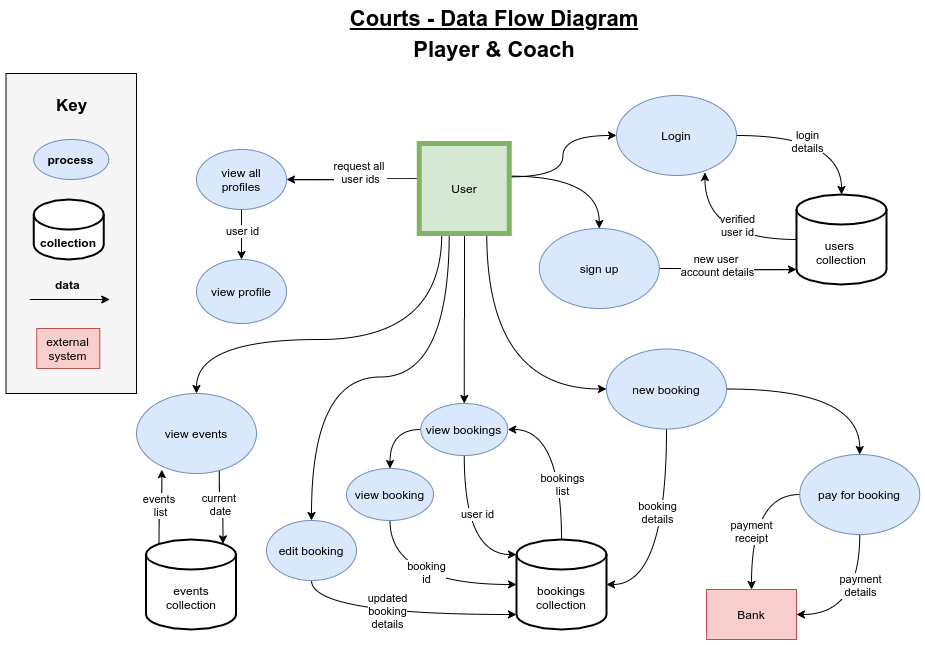
This is docs/diagrams/DataFlowDiagram_player_coach.png from TEAM-HL/T3A2-A, a draw.io export, as it was before one commit. Source tidied: cells renumbered, new cells last; positions are measured from the earlier drawing's top-left corner, leaving out a move shared by most shapes.
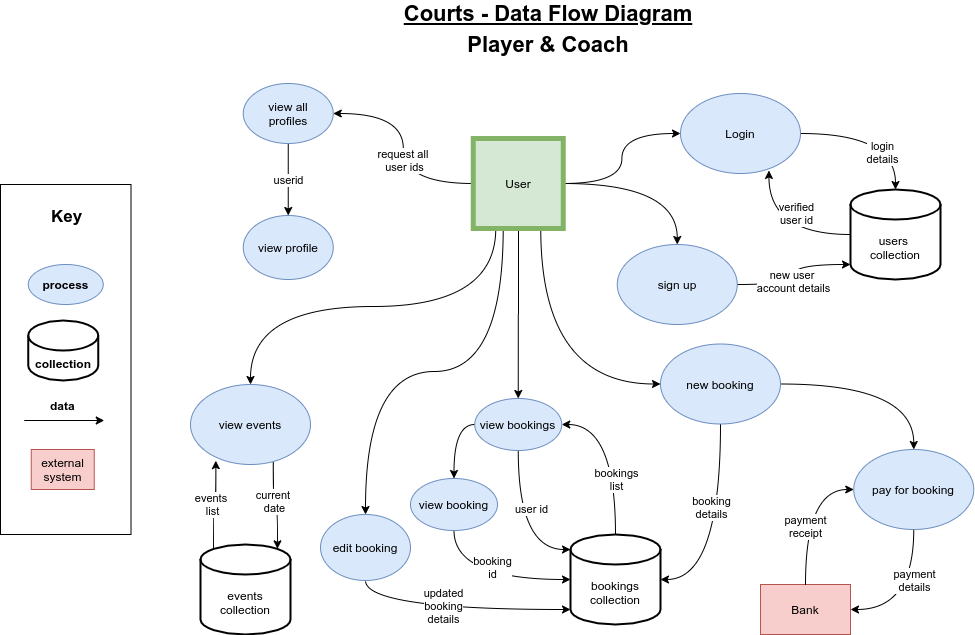
Above is the later version.

Commit message:
fixed error in player/coach DFD

Diff of the diagram source:
```diff
@@ -2,22 +2,14 @@
   <root>
     <mxCell id="0" />
     <mxCell id="1" parent="0" />
-    <mxCell id="2" style="rounded=0;whiteSpace=wrap;html=1;fillColor=#f5f5f5;" parent="1" vertex="1">
-      <mxGeometry x="-0.5" y="65" width="130.5" height="320" as="geometry" />
-    </mxCell>
-    <mxCell id="3" style="edgeStyle=orthogonalEdgeStyle;jettySize=auto;html=1;curved=1;exitX=0.99;exitY=0.371;exitDx=0;exitDy=0;exitPerimeter=0;" parent="1" edge="1" source="11" target="14">
+    <mxCell id="3" style="edgeStyle=orthogonalEdgeStyle;jettySize=auto;html=1;curved=1;" parent="1" edge="1" source="11" target="14">
       <mxGeometry relative="1" as="geometry" />
     </mxCell>
-    <mxCell id="4" style="edgeStyle=orthogonalEdgeStyle;curved=1;jettySize=auto;html=1;entryX=0.5;entryY=0;entryDx=0;entryDy=0;exitX=0.99;exitY=0.362;exitDx=0;exitDy=0;exitPerimeter=0;" parent="1" edge="1" source="11" target="27">
+    <mxCell id="4" style="edgeStyle=orthogonalEdgeStyle;curved=1;jettySize=auto;html=1;entryX=0.5;entryY=0;entryDx=0;entryDy=0;" parent="1" edge="1" source="11" target="27">
       <mxGeometry relative="1" as="geometry" />
     </mxCell>
     <mxCell id="5" style="edgeStyle=orthogonalEdgeStyle;curved=1;jettySize=auto;html=1;exitX=0.25;exitY=1;exitDx=0;exitDy=0;" parent="1" edge="1" source="11" target="32">
-      <mxGeometry relative="1" as="geometry">
-        <Array as="points">
-          <mxPoint x="435" y="331" />
-          <mxPoint x="190" y="331" />
-        </Array>
-      </mxGeometry>
+      <mxGeometry relative="1" as="geometry" />
     </mxCell>
     <mxCell id="6" style="edgeStyle=orthogonalEdgeStyle;curved=1;jettySize=auto;html=1;exitX=0.75;exitY=1;exitDx=0;exitDy=0;entryX=0;entryY=0.5;entryDx=0;entryDy=0;" parent="1" edge="1" source="11" target="54">
       <mxGeometry relative="1" as="geometry" />
@@ -30,13 +22,11 @@
         <mxPoint x="458" y="226" as="sourcePoint" />
       </mxGeometry>
     </mxCell>
-    <mxCell id="9" style="edgeStyle=orthogonalEdgeStyle;curved=1;jettySize=auto;html=1;entryX=1;entryY=0.5;entryDx=0;entryDy=0;startArrow=none;startFill=0;endArrow=classic;endFill=1;exitX=-0.005;exitY=0.391;exitDx=0;exitDy=0;exitPerimeter=0;" parent="1" edge="1" source="11" target="60">
+    <mxCell id="9" style="edgeStyle=orthogonalEdgeStyle;curved=1;jettySize=auto;html=1;entryX=1;entryY=0.5;entryDx=0;entryDy=0;startArrow=none;startFill=0;endArrow=classic;endFill=1;" parent="1" edge="1" source="11" target="60">
       <mxGeometry relative="1" as="geometry" />
     </mxCell>
     <mxCell id="10" value="request all &lt;br&gt;user ids" style="edgeLabel;html=1;align=center;verticalAlign=middle;" parent="9" vertex="1">
-      <mxGeometry x="-0.11" y="-1" relative="1" as="geometry">
-        <mxPoint y="-6" as="offset" />
-      </mxGeometry>
+      <mxGeometry x="-0.11" y="-1" relative="1" as="geometry" />
     </mxCell>
     <mxCell id="11" value="User" style="whiteSpace=wrap;html=1;fillColor=#d5e8d4;strokeColor=#82b366;strokeWidth=5;" parent="1" vertex="1">
       <mxGeometry x="412.8" y="135" width="90" height="90" as="geometry" />
@@ -45,12 +35,10 @@
       <mxGeometry relative="1" as="geometry" />
     </mxCell>
     <mxCell id="13" value="login&lt;br&gt;details" style="edgeLabel;html=1;align=center;verticalAlign=middle;" parent="12" vertex="1">
-      <mxGeometry x="0.5" y="-14" relative="1" as="geometry">
-        <mxPoint x="-21" y="-13" as="offset" />
-      </mxGeometry>
+      <mxGeometry x="0.5" y="-14" relative="1" as="geometry" />
     </mxCell>
     <mxCell id="14" value="Login" style="ellipse;whiteSpace=wrap;html=1;fillColor=#dae8fc;strokeColor=#6c8ebf;" parent="1" vertex="1">
-      <mxGeometry x="610" y="87" width="120" height="80" as="geometry" />
+      <mxGeometry x="620" y="90" width="120" height="80" as="geometry" />
     </mxCell>
     <mxCell id="15" value="Bank" style="rounded=0;whiteSpace=wrap;html=1;fillColor=#f8cecc;strokeColor=#b85450;" parent="1" vertex="1">
       <mxGeometry x="700" y="581" width="90" height="50" as="geometry" />
@@ -61,7 +49,7 @@
     <mxCell id="17" value="payment&lt;br&gt;details" style="edgeLabel;html=1;align=center;verticalAlign=middle;" parent="16" vertex="1">
       <mxGeometry x="-0.29" relative="1" as="geometry" />
     </mxCell>
-    <mxCell id="18" style="edgeStyle=orthogonalEdgeStyle;curved=1;jettySize=auto;html=1;exitX=0;exitY=0.5;exitDx=0;exitDy=0;entryX=0.5;entryY=0;entryDx=0;entryDy=0;startArrow=none;startFill=0;endArrow=classic;endFill=1;" parent="1" edge="1" source="20" target="15">
+    <mxCell id="18" style="edgeStyle=orthogonalEdgeStyle;curved=1;jettySize=auto;html=1;exitX=0;exitY=0.5;exitDx=0;exitDy=0;entryX=0.5;entryY=0;entryDx=0;entryDy=0;startArrow=classic;startFill=1;endArrow=none;endFill=0;" parent="1" edge="1" source="20" target="15">
       <mxGeometry relative="1" as="geometry" />
     </mxCell>
     <mxCell id="19" value="payment&lt;br&gt;receipt" style="edgeLabel;html=1;align=center;verticalAlign=middle;" parent="18" vertex="1">
@@ -91,7 +79,7 @@
       <mxGeometry x="-0.16" y="4" relative="1" as="geometry" />
     </mxCell>
     <mxCell id="27" value="sign up" style="ellipse;whiteSpace=wrap;html=1;fillColor=#dae8fc;strokeColor=#6c8ebf;" parent="1" vertex="1">
-      <mxGeometry x="532.8" y="220" width="120" height="80" as="geometry" />
+      <mxGeometry x="556.8" y="241" width="120" height="80" as="geometry" />
     </mxCell>
     <mxCell id="28" style="edgeStyle=orthogonalEdgeStyle;curved=1;jettySize=auto;html=1;exitX=0.211;exitY=0.952;exitDx=0;exitDy=0;entryX=0.145;entryY=0;entryDx=0;entryDy=4.35;entryPerimeter=0;startArrow=classic;startFill=1;endArrow=none;endFill=0;exitPerimeter=0;" parent="1" edge="1" source="32" target="34">
       <mxGeometry relative="1" as="geometry" />
@@ -106,7 +94,7 @@
       <mxGeometry x="-0.14" y="1" relative="1" as="geometry" />
     </mxCell>
     <mxCell id="32" value="view events" style="ellipse;whiteSpace=wrap;html=1;fillColor=#dae8fc;strokeColor=#6c8ebf;" parent="1" vertex="1">
-      <mxGeometry x="130" y="385" width="120" height="80" as="geometry" />
+      <mxGeometry x="130" y="381" width="120" height="80" as="geometry" />
     </mxCell>
     <mxCell id="33" style="edgeStyle=orthogonalEdgeStyle;curved=1;orthogonalLoop=1;jettySize=auto;html=1;exitX=0.5;exitY=1;exitDx=0;exitDy=0;startArrow=none;startFill=0;endArrow=classic;endFill=1;" parent="1" edge="1">
       <mxGeometry relative="1" as="geometry">
@@ -115,7 +103,7 @@
       </mxGeometry>
     </mxCell>
     <mxCell id="34" value="events collection" style="shape=cylinder3;whiteSpace=wrap;html=1;boundedLbl=1;backgroundOutline=1;size=15;strokeWidth=2;gradientColor=none;" parent="1" vertex="1">
-      <mxGeometry x="139.5" y="531" width="90" height="90" as="geometry" />
+      <mxGeometry x="140" y="541" width="90" height="90" as="geometry" />
     </mxCell>
     <mxCell id="35" style="edgeStyle=orthogonalEdgeStyle;curved=1;jettySize=auto;html=1;exitX=0.5;exitY=1;exitDx=0;exitDy=0;entryX=0;entryY=1;entryDx=0;entryDy=-15;entryPerimeter=0;startArrow=none;startFill=0;endArrow=classic;endFill=1;" parent="1" edge="1" source="37" target="51">
       <mxGeometry relative="1" as="geometry" />
@@ -124,26 +112,8 @@
       <mxGeometry x="-0.09" y="4" relative="1" as="geometry" />
     </mxCell>
     <mxCell id="37" value="edit booking" style="ellipse;whiteSpace=wrap;html=1;fillColor=#dae8fc;strokeColor=#6c8ebf;" parent="1" vertex="1">
-      <mxGeometry x="260" y="512" width="90" height="60" as="geometry" />
+      <mxGeometry x="260" y="511" width="90" height="66" as="geometry" />
     </mxCell>
-    <mxCell id="38" value="&lt;h1&gt;&lt;font style=&quot;font-size: 17px&quot;&gt;Key&lt;/font&gt;&lt;/h1&gt;" style="text;html=1;strokeColor=none;fillColor=none;spacing=5;spacingTop=-20;whiteSpace=wrap;overflow=hidden;rounded=0;align=center;" parent="1" vertex="1">
-      <mxGeometry x="38.2" y="75" width="55" height="50" as="geometry" />
-    </mxCell>
-    <mxCell id="39" value="process" style="ellipse;whiteSpace=wrap;html=1;fillColor=#dae8fc;strokeColor=#6c8ebf;fontStyle=1;" parent="1" vertex="1">
-      <mxGeometry x="27.2" y="131" width="75" height="40" as="geometry" />
-    </mxCell>
-    <mxCell id="40" value="collection" style="shape=cylinder3;whiteSpace=wrap;html=1;boundedLbl=1;backgroundOutline=1;size=15;strokeWidth=2;gradientColor=none;fontStyle=1;" parent="1" vertex="1">
-      <mxGeometry x="27.2" y="191" width="70" height="60" as="geometry" />
-    </mxCell>
-    <mxCell id="41" style="endArrow=classic;html=1;" parent="1" edge="1">
-      <mxGeometry relative="1" as="geometry">
-        <mxPoint x="23.2" y="291" as="sourcePoint" />
-        <mxPoint x="103.2" y="291" as="targetPoint" />
-      </mxGeometry>
-    </mxCell>
-    <mxCell id="42" value="data&amp;nbsp;" style="text;html=1;strokeColor=none;fillColor=none;align=center;verticalAlign=middle;whiteSpace=wrap;rounded=0;fontStyle=1;" parent="1" vertex="1">
-      <mxGeometry x="43.2" y="266" width="40" height="20" as="geometry" />
-    </mxCell>
     <mxCell id="43" value="&lt;font size=&quot;1&quot;&gt;&lt;b style=&quot;font-size: 22px&quot;&gt;Courts - Data Flow Diagram&lt;/b&gt;&lt;/font&gt;" style="text;html=1;strokeColor=none;fillColor=none;align=center;verticalAlign=middle;whiteSpace=wrap;rounded=0;fontStyle=4;" parent="1" vertex="1">
       <mxGeometry x="322.8" width="330" height="20" as="geometry" />
     </mxCell>
@@ -151,9 +121,7 @@
       <mxGeometry relative="1" as="geometry" />
     </mxCell>
     <mxCell id="45" value="verified&lt;br&gt;user id" style="edgeLabel;html=1;align=center;verticalAlign=middle;" parent="44" vertex="1">
-      <mxGeometry x="-0.25" y="-22" relative="1" as="geometry">
-        <mxPoint y="7" as="offset" />
-      </mxGeometry>
+      <mxGeometry x="-0.25" y="-22" relative="1" as="geometry" />
     </mxCell>
     <mxCell id="46" value="users &lt;br&gt;collection" style="shape=cylinder3;whiteSpace=wrap;html=1;boundedLbl=1;backgroundOutline=1;size=15;strokeWidth=2;gradientColor=none;" parent="1" vertex="1">
       <mxGeometry x="790" y="186" width="90" height="90" as="geometry" />
@@ -175,9 +143,6 @@
     <mxCell id="51" value="bookings&lt;br&gt;collection" style="shape=cylinder3;whiteSpace=wrap;html=1;boundedLbl=1;backgroundOutline=1;size=15;strokeWidth=2;gradientColor=none;" parent="1" vertex="1">
       <mxGeometry x="510" y="531" width="90" height="90" as="geometry" />
     </mxCell>
-    <mxCell id="52" value="external system" style="rounded=0;whiteSpace=wrap;html=1;fillColor=#f8cecc;strokeColor=#b85450;" parent="1" vertex="1">
-      <mxGeometry x="30.2" y="320" width="63" height="40" as="geometry" />
-    </mxCell>
     <mxCell id="53" style="edgeStyle=orthogonalEdgeStyle;curved=1;jettySize=auto;html=1;exitX=1;exitY=0.5;exitDx=0;exitDy=0;startArrow=none;startFill=0;endArrow=classic;endFill=1;" parent="1" edge="1" source="54" target="20">
       <mxGeometry relative="1" as="geometry" />
     </mxCell>
@@ -191,24 +156,51 @@
       <mxGeometry x="0.05" y="13" relative="1" as="geometry" />
     </mxCell>
     <mxCell id="57" value="view booking" style="ellipse;whiteSpace=wrap;html=1;fillColor=#dae8fc;strokeColor=#6c8ebf;" parent="1" vertex="1">
-      <mxGeometry x="340" y="460" width="87" height="52" as="geometry" />
+      <mxGeometry x="350" y="475" width="87" height="52" as="geometry" />
     </mxCell>
     <mxCell id="58" style="edgeStyle=orthogonalEdgeStyle;curved=1;jettySize=auto;html=1;startArrow=none;startFill=0;endArrow=classic;endFill=1;" parent="1" edge="1" source="60" target="61">
       <mxGeometry relative="1" as="geometry" />
     </mxCell>
-    <mxCell id="59" value="user id" style="edgeLabel;html=1;align=center;verticalAlign=middle;" parent="58" vertex="1">
+    <mxCell id="59" value="userid" style="edgeLabel;html=1;align=center;verticalAlign=middle;" parent="58" vertex="1">
       <mxGeometry x="-0.24" y="-4" relative="1" as="geometry">
-        <mxPoint x="4" y="2" as="offset" />
+        <mxPoint x="4" y="9" as="offset" />
       </mxGeometry>
     </mxCell>
     <mxCell id="60" value="view all&lt;br&gt;profiles" style="ellipse;whiteSpace=wrap;html=1;fillColor=#dae8fc;strokeColor=#6c8ebf;" parent="1" vertex="1">
-      <mxGeometry x="190" y="141" width="90" height="60" as="geometry" />
+      <mxGeometry x="182.8" y="80" width="90" height="60" as="geometry" />
     </mxCell>
     <mxCell id="61" value="view profile" style="ellipse;whiteSpace=wrap;html=1;fillColor=#dae8fc;strokeColor=#6c8ebf;" parent="1" vertex="1">
-      <mxGeometry x="190" y="251" width="90" height="64" as="geometry" />
+      <mxGeometry x="182.8" y="212" width="90" height="64" as="geometry" />
     </mxCell>
     <mxCell id="62" value="&lt;font size=&quot;1&quot;&gt;&lt;b style=&quot;font-size: 22px&quot;&gt;Player &amp;amp; Coach&lt;/b&gt;&lt;/font&gt;" style="text;html=1;strokeColor=none;fillColor=none;align=center;verticalAlign=middle;whiteSpace=wrap;rounded=0;fontStyle=0;" parent="1" vertex="1">
       <mxGeometry x="322.8" y="31" width="330" height="20" as="geometry" />
     </mxCell>
+    <mxCell id="63" style="group;" parent="1" vertex="1">
+      <mxGeometry x="-60" y="181" width="130.5" height="350" as="geometry" />
+    </mxCell>
+    <mxCell id="2" style="rounded=0;whiteSpace=wrap;html=1;" parent="63" vertex="1">
+      <mxGeometry width="130.5" height="350" as="geometry" />
+    </mxCell>
+    <mxCell id="38" value="&lt;h1&gt;&lt;font style=&quot;font-size: 17px&quot;&gt;Key&lt;/font&gt;&lt;/h1&gt;" style="text;html=1;strokeColor=none;fillColor=none;spacing=5;spacingTop=-20;whiteSpace=wrap;overflow=hidden;rounded=0;align=center;" parent="63" vertex="1">
+      <mxGeometry x="38.8" y="10" width="55" height="50" as="geometry" />
+    </mxCell>
+    <mxCell id="39" value="process" style="ellipse;whiteSpace=wrap;html=1;fillColor=#dae8fc;strokeColor=#6c8ebf;fontStyle=1;" parent="63" vertex="1">
+      <mxGeometry x="27.8" y="80" width="75" height="40" as="geometry" />
+    </mxCell>
+    <mxCell id="40" value="collection" style="shape=cylinder3;whiteSpace=wrap;html=1;boundedLbl=1;backgroundOutline=1;size=15;strokeWidth=2;gradientColor=none;fontStyle=1;" parent="63" vertex="1">
+      <mxGeometry x="27.8" y="136" width="70" height="60" as="geometry" />
+    </mxCell>
+    <mxCell id="41" style="endArrow=classic;html=1;" parent="63" edge="1">
+      <mxGeometry relative="1" as="geometry">
+        <mxPoint x="23.8" y="236" as="sourcePoint" />
+        <mxPoint x="103.8" y="236" as="targetPoint" />
+      </mxGeometry>
+    </mxCell>
+    <mxCell id="42" value="data&amp;nbsp;" style="text;html=1;strokeColor=none;fillColor=none;align=center;verticalAlign=middle;whiteSpace=wrap;rounded=0;fontStyle=1;" parent="63" vertex="1">
+      <mxGeometry x="43.8" y="211" width="40" height="20" as="geometry" />
+    </mxCell>
+    <mxCell id="52" value="external system" style="rounded=0;whiteSpace=wrap;html=1;fillColor=#f8cecc;strokeColor=#b85450;" parent="63" vertex="1">
+      <mxGeometry x="30.8" y="265" width="63" height="40" as="geometry" />
+    </mxCell>
   </root>
 </mxGraphModel>
```
